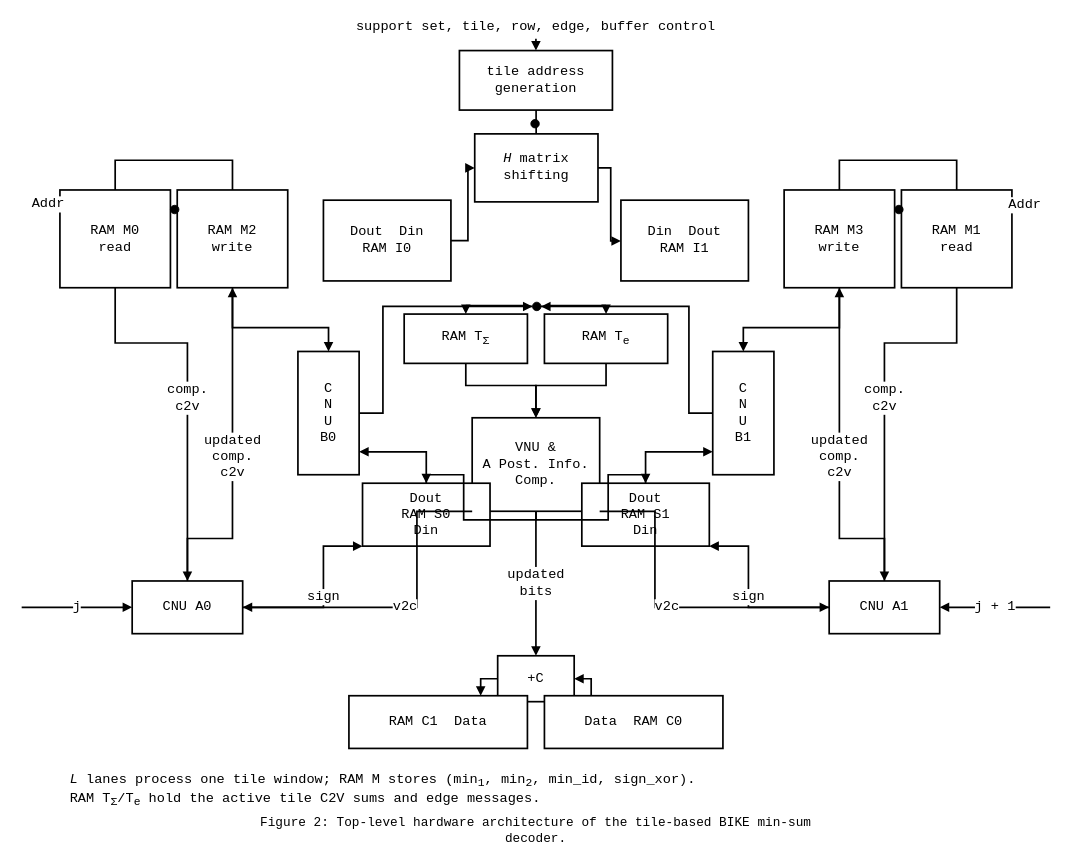
The draw.io diagram docs/decoder_hardware_architecture_fig2.drawio in z2901550610/Min_Sum, before the edit. Source tidied: cells renumbered, new cells numbered last; positions are measured from the earlier drawing's top-left corner, leaving out a move shared by most shapes. Both pictures are drawn from the tidied source at 85%, with x=0, y=0 at pixel (21, 14).
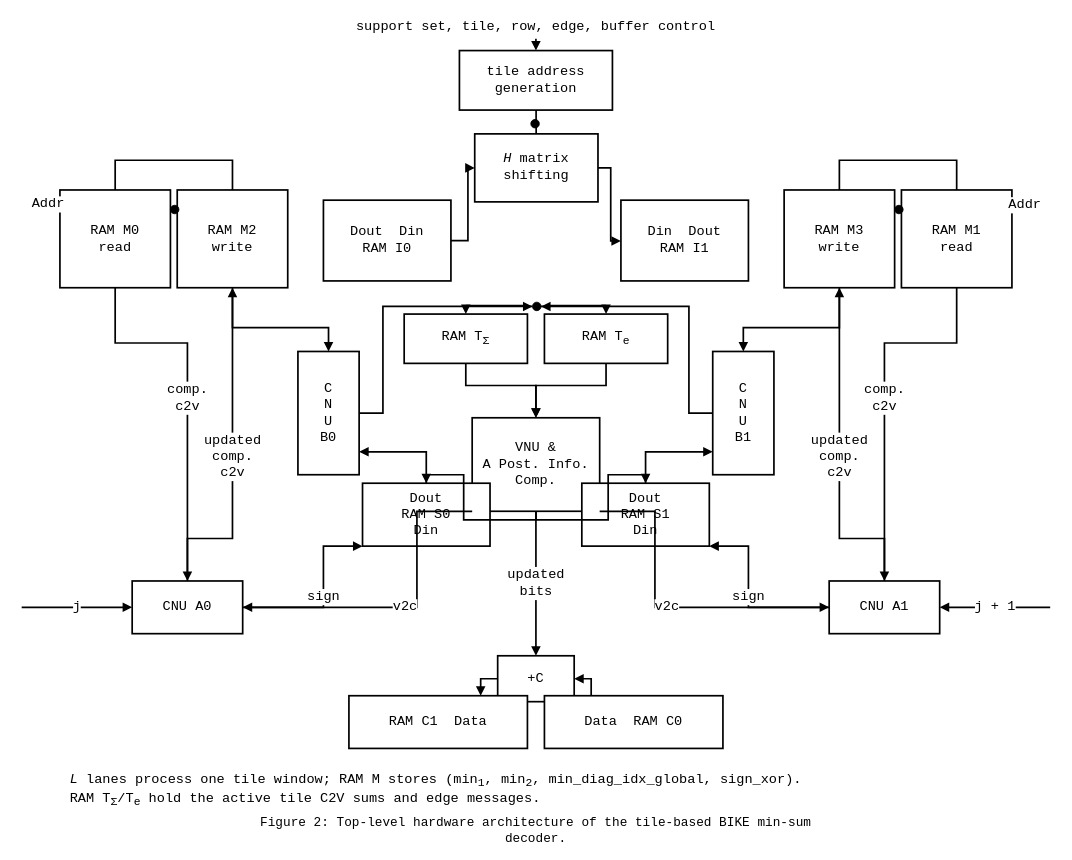
The same page after the edit.

The edit, as a diff of the source:
```diff
@@
-    <mxCell id="27" value="&lt;i&gt;L&lt;/i&gt; lanes process one tile window; RAM M stores (min&lt;sub&gt;1&lt;/sub&gt;, min&lt;sub&gt;2&lt;/sub&gt;, min_id, sign_xor).&lt;br&gt;RAM T&lt;sub&gt;&amp;Sigma;&lt;/sub&gt;/T&lt;sub&gt;e&lt;/sub&gt; hold the active tile C2V sums and edge messages." style="text;html=1;strokeColor=none;fillColor=none;align=left;verticalAlign=top;whiteSpace=wrap;fontFamily=Courier New;fontSize=16;" parent="1" vertex="1">
+    <mxCell id="27" value="&lt;i&gt;L&lt;/i&gt; lanes process one tile window; RAM M stores (min&lt;sub&gt;1&lt;/sub&gt;, min&lt;sub&gt;2&lt;/sub&gt;, min_diag_idx_global, sign_xor).&lt;br&gt;RAM T&lt;sub&gt;&amp;Sigma;&lt;/sub&gt;/T&lt;sub&gt;e&lt;/sub&gt; hold the active tile C2V sums and edge messages." style="text;html=1;strokeColor=none;fillColor=none;align=left;verticalAlign=top;whiteSpace=wrap;fontFamily=Courier New;fontSize=16;" parent="1" vertex="1">
       <mxGeometry x="55" y="884" width="940" height="44" as="geometry" />
     </mxCell>
```
